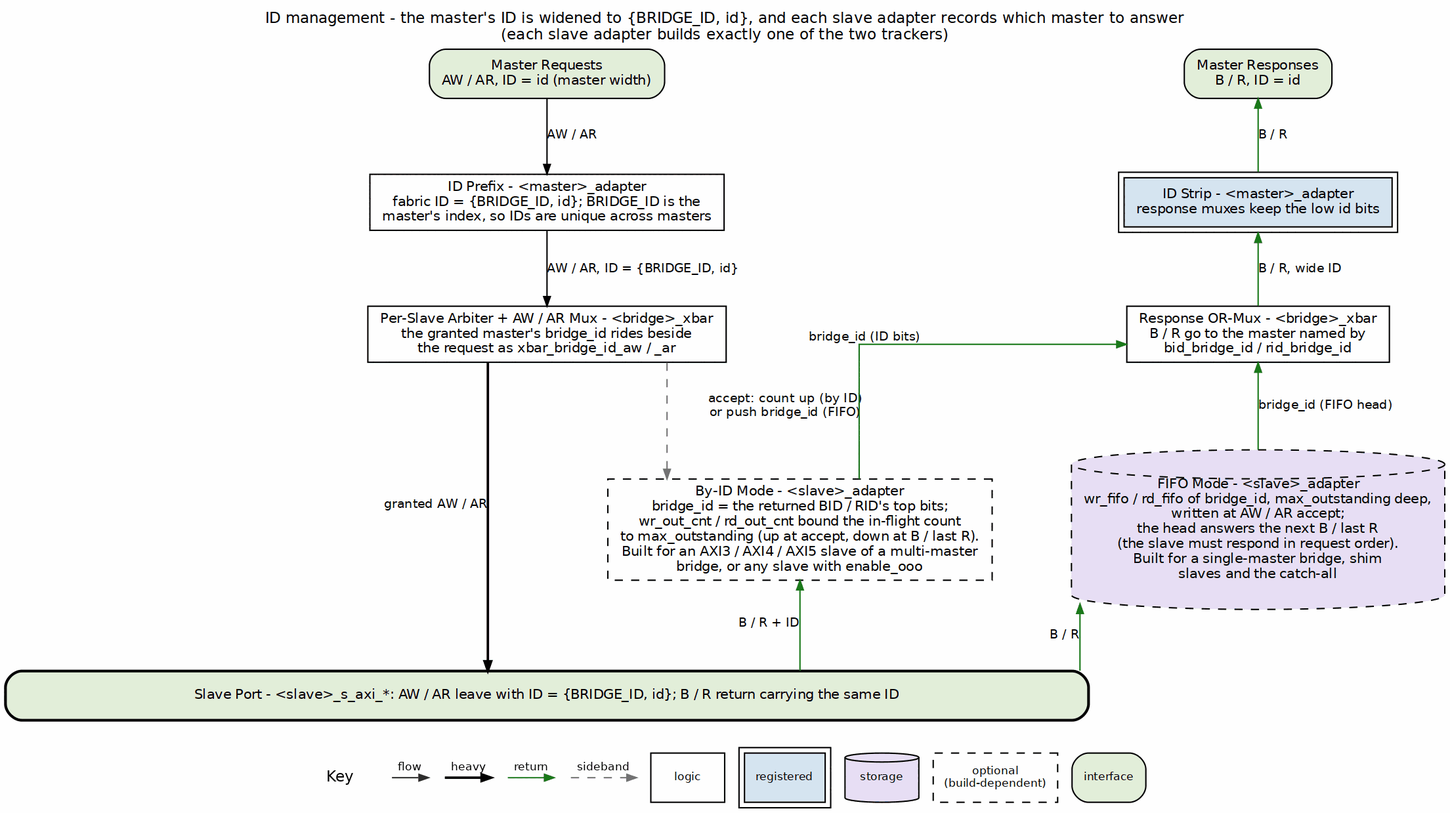
Earlier version of the Graphviz export projects/components/fabric-gen-ip/bridge/docs/bridge_mas/assets/graphviz/id_management.png (sean-galloway/RTLDesignSherpa). Its source is kept beside it as projects/components/fabric-gen-ip/bridge/docs/bridge_mas/assets/graphviz/id_management.dot.
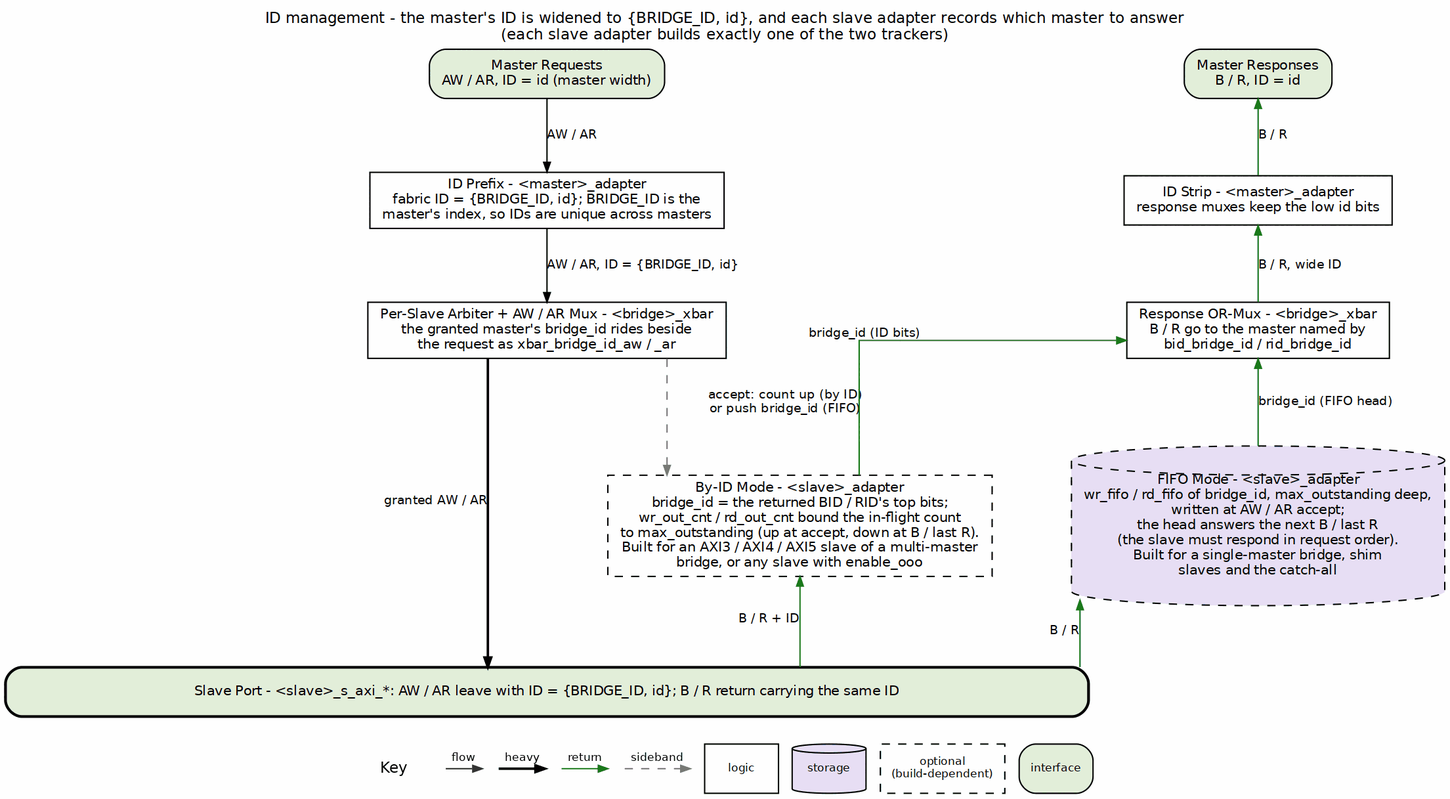
Later version of the same file.

Diff of the diagram source:
```diff
@@ -12,7 +12,7 @@
     pc -> pr [style=invis];
 
     pre [label="ID Prefix - <master>_adapter\nfabric ID = {BRIDGE_ID, id}; BRIDGE_ID is the\nmaster's index, so IDs are unique across masters", group=C, style="filled", fillcolor="white"];
-    strip [label="ID Strip - <master>_adapter\nresponse muxes keep the low id bits", group=R, peripheries=2, style="filled", fillcolor="#D6E4F0"];
+    strip [label="ID Strip - <master>_adapter\nresponse muxes keep the low id bits", group=R, style="filled", fillcolor="white"];
     { rank=same; pre; strip; }
     pre -> strip [style=invis];
 
```
